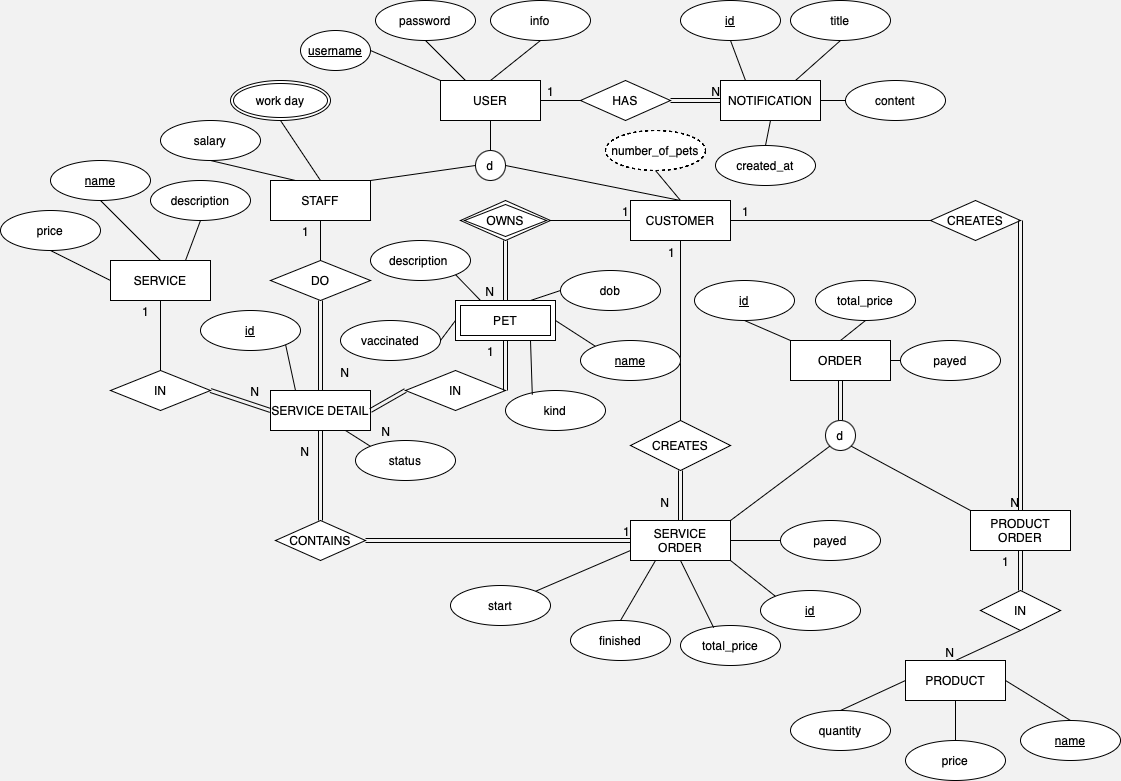
Earlier version of the draw.io export pet-spa-erd.drawio.png (blueonline07/auth-demo). Source tidied: cells renumbered, new cells last; positions are measured from the earlier drawing's top-left corner, leaving out a move shared by most shapes.
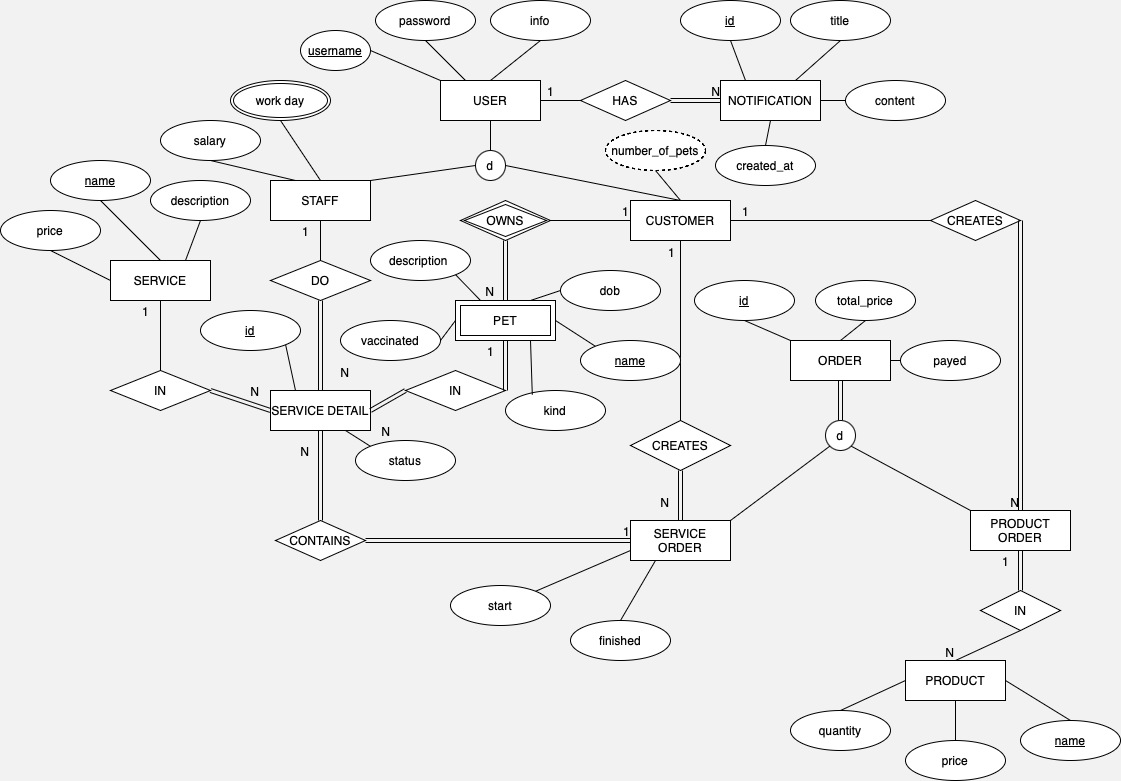
The same file after the commit.

Change to the diagram source:
```diff
@@ -334,24 +334,6 @@
     <mxCell id="103" style="endArrow=none;html=1;rounded=0;exitX=0.5;exitY=1;exitDx=0;exitDy=0;entryX=0.5;entryY=0;entryDx=0;entryDy=0;" parent="1" edge="1" source="102" target="2">
       <mxGeometry relative="1" as="geometry" />
     </mxCell>
-    <mxCell id="104" value="id" style="ellipse;whiteSpace=wrap;html=1;align=center;fontStyle=4;" parent="1" vertex="1">
-      <mxGeometry x="760" y="590" width="100" height="40" as="geometry" />
-    </mxCell>
-    <mxCell id="105" value="total_price" style="ellipse;whiteSpace=wrap;html=1;align=center;" parent="1" vertex="1">
-      <mxGeometry x="680" y="625" width="100" height="40" as="geometry" />
-    </mxCell>
-    <mxCell id="106" style="endArrow=none;html=1;rounded=0;entryX=0.332;entryY=0.056;entryDx=0;entryDy=0;entryPerimeter=0;exitX=0.5;exitY=1;exitDx=0;exitDy=0;" parent="1" edge="1" source="23" target="105">
-      <mxGeometry relative="1" as="geometry" />
-    </mxCell>
-    <mxCell id="107" style="endArrow=none;html=1;rounded=0;entryX=0;entryY=0;entryDx=0;entryDy=0;exitX=1;exitY=1;exitDx=0;exitDy=0;" parent="1" edge="1" source="23" target="104">
-      <mxGeometry relative="1" as="geometry" />
-    </mxCell>
-    <mxCell id="108" value="payed" style="ellipse;whiteSpace=wrap;html=1;align=center;" parent="1" vertex="1">
-      <mxGeometry x="780" y="520" width="100" height="40" as="geometry" />
-    </mxCell>
-    <mxCell id="109" style="endArrow=none;html=1;rounded=0;entryX=0;entryY=0.5;entryDx=0;entryDy=0;exitX=1;exitY=0.5;exitDx=0;exitDy=0;" parent="1" edge="1" source="23" target="108">
-      <mxGeometry relative="1" as="geometry" />
-    </mxCell>
     <mxCell id="110" value="&lt;span&gt;name&lt;/span&gt;" style="ellipse;whiteSpace=wrap;html=1;align=center;fontStyle=4;" parent="1" vertex="1">
       <mxGeometry x="580" y="340" width="100" height="40" as="geometry" />
     </mxCell>
```
